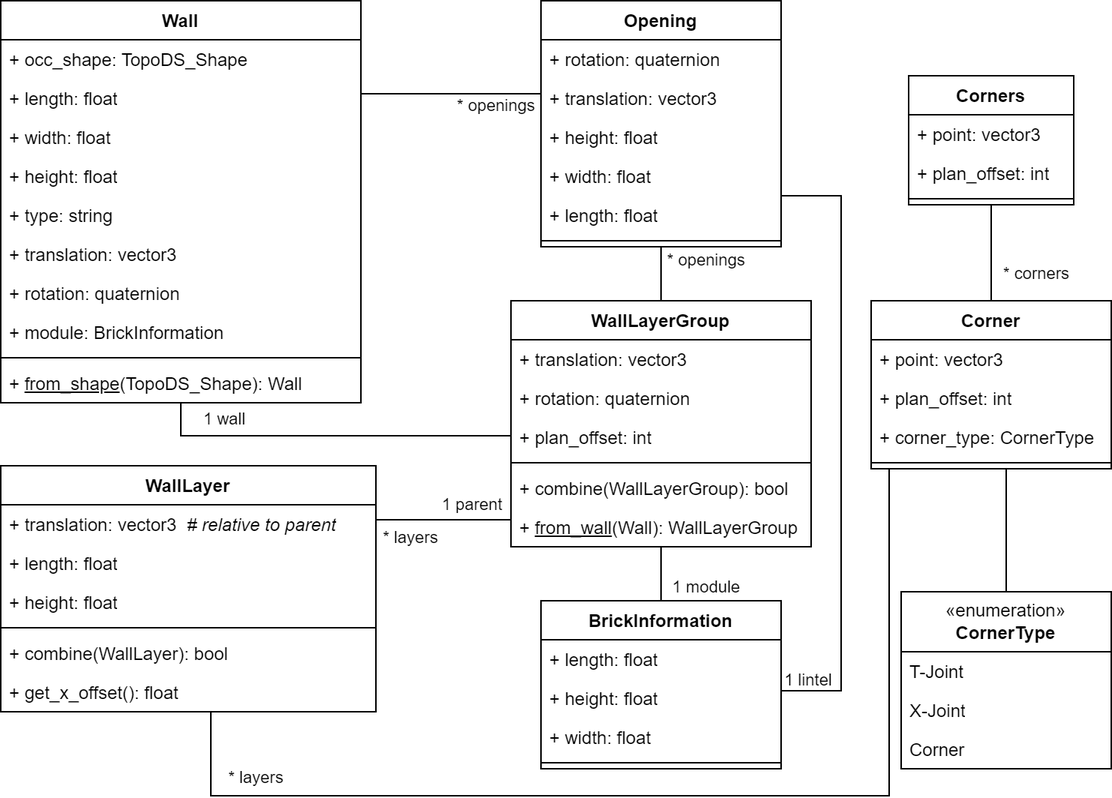
This is txt/fig/klassendiagramm_corners.drawio.png from rossizero/masterarbeit, a draw.io export, as it was before one commit. Source tidied: cells renumbered, new cells last; positions are measured from the earlier drawing's top-left corner, leaving out a move shared by most shapes.
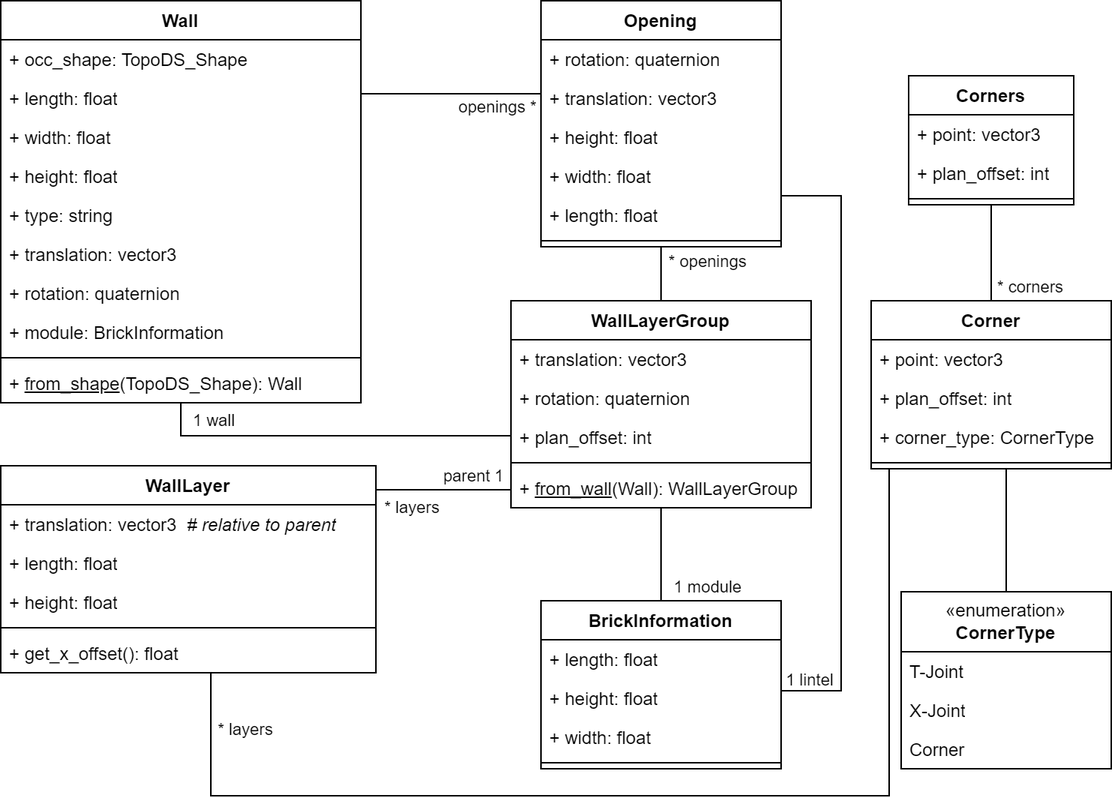
The same file after the commit.

The edit, as a diff of the source:
```diff
@@ -53,11 +53,11 @@
     </mxCell>
     <mxCell id="16" value="1 wall" style="edgeLabel;html=1;align=center;verticalAlign=middle;" parent="15" vertex="1">
       <mxGeometry x="0.29" y="-2" relative="1" as="geometry">
-        <mxPoint x="-45" y="-9" as="offset" />
+        <mxPoint x="-52" y="-9" as="offset" />
       </mxGeometry>
     </mxCell>
     <mxCell id="17" value="&lt;div&gt;WallLayerGroup&lt;/div&gt;" style="swimlane;fontStyle=1;align=center;verticalAlign=top;horizontal=1;startSize=26;whiteSpace=wrap;html=1;" parent="1" vertex="1">
-      <mxGeometry x="340" y="200" width="200" height="164" as="geometry" />
+      <mxGeometry x="340" y="200" width="200" height="138" as="geometry" />
     </mxCell>
     <mxCell id="18" value="+ translation: vector3" style="text;strokeColor=none;fillColor=none;align=left;verticalAlign=top;spacingLeft=4;spacingRight=4;overflow=hidden;whiteSpace=wrap;html=1;" parent="17" vertex="1">
       <mxGeometry y="26" width="200" height="26" as="geometry" />
@@ -71,14 +71,11 @@
     <mxCell id="21" style="line;strokeWidth=1;fillColor=none;align=left;verticalAlign=middle;spacingTop=-1;spacingLeft=3;spacingRight=3;labelPosition=right;strokeColor=inherit;" parent="17" vertex="1">
       <mxGeometry y="104" width="200" height="8" as="geometry" />
     </mxCell>
-    <mxCell id="22" value="+ combine(WallLayerGroup): bool" style="text;strokeColor=none;fillColor=none;align=left;verticalAlign=top;spacingLeft=4;spacingRight=4;overflow=hidden;whiteSpace=wrap;html=1;" parent="17" vertex="1">
-      <mxGeometry y="112" width="200" height="26" as="geometry" />
-    </mxCell>
     <mxCell id="23" value="+ &lt;u&gt;from_wall&lt;/u&gt;(Wall): WallLayerGroup" style="text;strokeColor=none;fillColor=none;align=left;verticalAlign=top;spacingLeft=4;spacingRight=4;overflow=hidden;whiteSpace=wrap;html=1;" parent="17" vertex="1">
-      <mxGeometry y="138" width="200" height="26" as="geometry" />
+      <mxGeometry y="112" width="200" height="26" as="geometry" />
     </mxCell>
     <mxCell id="24" value="WallLayer" style="swimlane;fontStyle=1;align=center;verticalAlign=top;horizontal=1;startSize=26;whiteSpace=wrap;html=1;" parent="1" vertex="1">
-      <mxGeometry y="310" width="250" height="164" as="geometry" />
+      <mxGeometry y="310" width="250" height="138" as="geometry" />
     </mxCell>
     <mxCell id="25" value="&lt;div&gt;+ translation: vector3&amp;nbsp; &lt;i&gt;# relative to parent&lt;/i&gt;&lt;br&gt;&lt;/div&gt;" style="text;strokeColor=none;fillColor=none;align=left;verticalAlign=top;spacingLeft=4;spacingRight=4;overflow=hidden;whiteSpace=wrap;html=1;" parent="24" vertex="1">
       <mxGeometry y="26" width="250" height="26" as="geometry" />
@@ -92,11 +89,8 @@
     <mxCell id="28" style="line;strokeWidth=1;fillColor=none;align=left;verticalAlign=middle;spacingTop=-1;spacingLeft=3;spacingRight=3;labelPosition=right;strokeColor=inherit;" parent="24" vertex="1">
       <mxGeometry y="104" width="250" height="8" as="geometry" />
     </mxCell>
-    <mxCell id="29" value="+ combine(WallLayer): bool" style="text;strokeColor=none;fillColor=none;align=left;verticalAlign=top;spacingLeft=4;spacingRight=4;overflow=hidden;whiteSpace=wrap;html=1;" parent="24" vertex="1">
-      <mxGeometry y="112" width="250" height="26" as="geometry" />
-    </mxCell>
     <mxCell id="30" value="+ get_x_offset(): float" style="text;strokeColor=none;fillColor=none;align=left;verticalAlign=top;spacingLeft=4;spacingRight=4;overflow=hidden;points=[[0,0.5],[1,0.5]];portConstraint=eastwest;whiteSpace=wrap;html=1;" parent="24" vertex="1">
-      <mxGeometry y="138" width="250" height="26" as="geometry" />
+      <mxGeometry y="112" width="250" height="26" as="geometry" />
     </mxCell>
     <mxCell id="31" style="edgeStyle=orthogonalEdgeStyle;rounded=0;jettySize=auto;html=1;exitX=1;exitY=0.5;exitDx=0;exitDy=0;endArrow=none;endFill=0;" parent="1" edge="1" source="36" target="47">
       <mxGeometry relative="1" as="geometry">
@@ -133,10 +127,9 @@
     <mxCell id="39" style="line;strokeWidth=1;fillColor=none;align=left;verticalAlign=middle;spacingTop=-1;spacingLeft=3;spacingRight=3;labelPosition=right;strokeColor=inherit;" parent="33" vertex="1">
       <mxGeometry y="156" width="160" height="8" as="geometry" />
     </mxCell>
-    <mxCell id="40" style="edgeStyle=orthogonalEdgeStyle;rounded=0;orthogonalLoop=1;jettySize=auto;html=1;endArrow=none;endFill=0;" parent="1" edge="1">
+    <mxCell id="40" style="edgeStyle=orthogonalEdgeStyle;rounded=0;jettySize=auto;html=1;endArrow=none;endFill=0;" parent="1" edge="1" target="30">
       <mxGeometry relative="1" as="geometry">
         <mxPoint x="592" y="312" as="sourcePoint" />
-        <mxPoint x="140" y="474" as="targetPoint" />
         <Array as="points">
           <mxPoint x="592" y="530" />
           <mxPoint x="140" y="530" />
@@ -183,12 +176,12 @@
     </mxCell>
     <mxCell id="52" style="edgeStyle=orthogonalEdgeStyle;rounded=0;orthogonalLoop=1;jettySize=auto;html=1;endArrow=none;endFill=0;entryX=1;entryY=0.5;entryDx=0;entryDy=0;" parent="1" edge="1">
       <mxGeometry relative="1" as="geometry">
-        <mxPoint x="340" y="346" as="sourcePoint" />
-        <mxPoint x="250" y="377" as="targetPoint" />
+        <mxPoint x="340" y="326" as="sourcePoint" />
+        <mxPoint x="250" y="357" as="targetPoint" />
         <Array as="points">
-          <mxPoint x="340" y="340" />
-          <mxPoint x="340" y="346" />
-          <mxPoint x="250" y="346" />
+          <mxPoint x="340" y="320" />
+          <mxPoint x="340" y="326" />
+          <mxPoint x="250" y="326" />
         </Array>
       </mxGeometry>
     </mxCell>
@@ -197,7 +190,7 @@
         <mxPoint x="-67" y="17" as="offset" />
       </mxGeometry>
     </mxCell>
-    <mxCell id="54" value="1 parent" style="edgeLabel;html=1;align=center;verticalAlign=middle;" parent="52" vertex="1">
+    <mxCell id="54" value="parent 1" style="edgeLabel;html=1;align=center;verticalAlign=middle;" parent="52" vertex="1">
       <mxGeometry x="0.95" y="1" relative="1" as="geometry">
         <mxPoint x="63" y="-38" as="offset" />
       </mxGeometry>
@@ -223,7 +216,7 @@
     </mxCell>
     <mxCell id="59" value="* corners" style="edgeLabel;html=1;align=center;verticalAlign=middle;" parent="58" vertex="1">
       <mxGeometry x="0.27" y="1" relative="1" as="geometry">
-        <mxPoint x="29" y="5" as="offset" />
+        <mxPoint x="24" y="13" as="offset" />
       </mxGeometry>
     </mxCell>
     <mxCell id="60" value="Corners" style="swimlane;fontStyle=1;align=center;verticalAlign=top;horizontal=1;startSize=26;whiteSpace=wrap;html=1;" parent="1" vertex="1">
@@ -250,11 +243,13 @@
     <mxCell id="67" value="Corner" style="text;strokeColor=none;fillColor=none;align=left;verticalAlign=top;spacingLeft=4;spacingRight=4;overflow=hidden;whiteSpace=wrap;html=1;" parent="64" vertex="1">
       <mxGeometry y="92" width="140" height="26" as="geometry" />
     </mxCell>
-    <mxCell id="68" value="* openings" style="edgeLabel;html=1;align=center;verticalAlign=middle;" parent="1" vertex="1">
+    <mxCell id="68" value="openings *" style="edgeLabel;html=1;align=center;verticalAlign=middle;" parent="1" vertex="1">
       <mxGeometry x="330" y="70" as="geometry" />
     </mxCell>
     <mxCell id="69" value="* layers" style="edgeLabel;html=1;align=center;verticalAlign=middle;" parent="1" vertex="1">
-      <mxGeometry x="170" y="518" as="geometry" />
+      <mxGeometry x="163" y="487" as="geometry">
+        <mxPoint x="-1" y="-1" as="offset" />
+      </mxGeometry>
     </mxCell>
   </root>
 </mxGraphModel>
```
